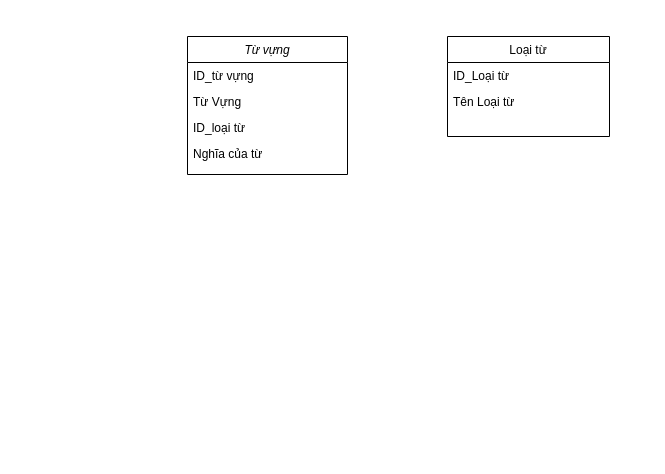
This is Untitled Diagram.drawio from lethanhdat12/project-make-a-translate-app-for-me, a draw.io file, before an edit. Source tidied: cells renumbered, new cells numbered last; positions are measured from the earlier drawing's top-left corner, leaving out a move shared by most shapes. Both pictures are drawn from the tidied source at 100%, with x=0, y=0 at pixel (187, 36).
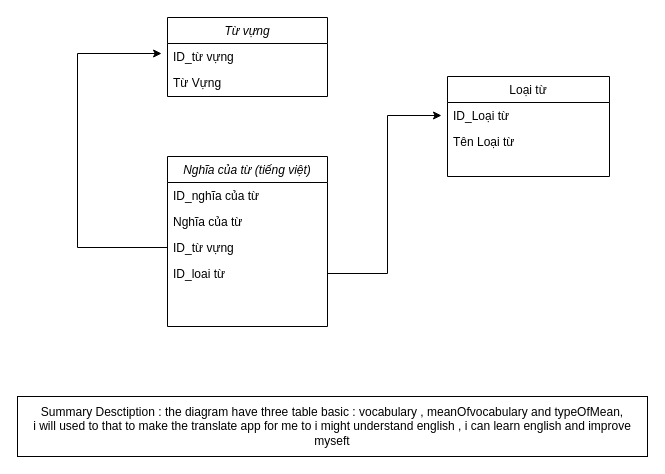
The same page after the edit.

Diff of the diagram source:
```diff
@@
 <mxGraphModel>
   <root>
     <mxCell id="0" />
     <mxCell id="1" parent="0" />
     <mxCell id="2" value="Từ vựng" style="swimlane;fontStyle=2;align=center;verticalAlign=top;horizontal=1;startSize=26;rounded=0;shadow=0;strokeWidth=1;" parent="1" vertex="1">
-      <mxGeometry width="160" height="138" as="geometry" />
+      <mxGeometry x="-20" y="-19" width="160" height="79" as="geometry" />
     </mxCell>
     <mxCell id="3" value="ID_từ vựng" style="text;align=left;verticalAlign=top;spacingLeft=4;spacingRight=4;overflow=hidden;points=[[0,0.5],[1,0.5]];portConstraint=eastwest;" parent="2" vertex="1">
       <mxGeometry y="26" width="160" height="26" as="geometry" />
     </mxCell>
     <mxCell id="4" value="Từ Vựng" style="text;align=left;verticalAlign=top;spacingLeft=4;spacingRight=4;overflow=hidden;rounded=0;shadow=0;html=0;" parent="2" vertex="1">
       <mxGeometry y="52" width="160" height="26" as="geometry" />
     </mxCell>
-    <mxCell id="5" value="ID_loại từ" style="text;align=left;verticalAlign=top;spacingLeft=4;spacingRight=4;overflow=hidden;rounded=0;shadow=0;html=0;" parent="2" vertex="1">
-      <mxGeometry y="78" width="160" height="26" as="geometry" />
-    </mxCell>
+    <mxCell id="10" value="Nghĩa của từ (tiếng việt)" style="swimlane;fontStyle=2;align=center;verticalAlign=top;horizontal=1;startSize=26;rounded=0;shadow=0;strokeWidth=1;" parent="1" vertex="1">
+      <mxGeometry x="-20" y="120" width="160" height="170" as="geometry" />
+    </mxCell>
+    <mxCell id="11" value="ID_nghĩa của từ" style="text;align=left;verticalAlign=top;spacingLeft=4;spacingRight=4;overflow=hidden;rounded=0;shadow=0;html=0;" parent="10" vertex="1">
+      <mxGeometry y="26" width="160" height="26" as="geometry" />
+    </mxCell>
-    <mxCell id="6" value="Nghĩa của từ" style="text;align=left;verticalAlign=top;spacingLeft=4;spacingRight=4;overflow=hidden;" parent="2" vertex="1">
-      <mxGeometry y="104" width="160" height="26" as="geometry" />
+    <mxCell id="6" value="Nghĩa của từ" style="text;align=left;verticalAlign=top;spacingLeft=4;spacingRight=4;overflow=hidden;rounded=0;shadow=0;html=0;" parent="10" vertex="1">
+      <mxGeometry y="52" width="160" height="26" as="geometry" />
     </mxCell>
+    <mxCell id="12" value="ID_từ vựng" style="text;align=left;verticalAlign=top;spacingLeft=4;spacingRight=4;overflow=hidden;points=[[0,0.5],[1,0.5]];portConstraint=eastwest;rounded=0;shadow=0;html=0;" parent="10" vertex="1">
+      <mxGeometry y="78" width="160" height="26" as="geometry" />
+    </mxCell>
+    <mxCell id="13" value="ID_loai từ" style="text;align=left;verticalAlign=top;spacingLeft=4;spacingRight=4;overflow=hidden;points=[[0,0.5],[1,0.5]];portConstraint=eastwest;rounded=0;shadow=0;html=0;" parent="10" vertex="1">
+      <mxGeometry y="104" width="160" height="26" as="geometry" />
+    </mxCell>
+    <mxCell id="14" style="edgeStyle=orthogonalEdgeStyle;rounded=0;jettySize=auto;html=1;exitX=0;exitY=0.5;exitDx=0;exitDy=0;entryX=-0.037;entryY=0.385;entryDx=0;entryDy=0;entryPerimeter=0;" parent="1" edge="1" source="12" target="3">
+      <mxGeometry relative="1" as="geometry">
+        <Array as="points">
+          <mxPoint x="-110" y="211" />
+          <mxPoint x="-110" y="17" />
+        </Array>
+      </mxGeometry>
+    </mxCell>
+    <mxCell id="15" style="edgeStyle=orthogonalEdgeStyle;rounded=0;jettySize=auto;html=1;exitX=1;exitY=0.5;exitDx=0;exitDy=0;entryX=-0.037;entryY=0.5;entryDx=0;entryDy=0;entryPerimeter=0;" parent="1" edge="1" source="13" target="8">
+      <mxGeometry relative="1" as="geometry" />
+    </mxCell>
     <mxCell id="7" value="Loại từ" style="swimlane;fontStyle=0;align=center;verticalAlign=top;horizontal=1;startSize=26;rounded=0;shadow=0;strokeWidth=1;" parent="1" vertex="1">
-      <mxGeometry x="260" width="162" height="100" as="geometry" />
+      <mxGeometry x="260" y="40" width="162" height="100" as="geometry" />
     </mxCell>
     <mxCell id="8" value="ID_Loại từ" style="text;align=left;verticalAlign=top;spacingLeft=4;spacingRight=4;overflow=hidden;points=[[0,0.5],[1,0.5]];portConstraint=eastwest;" parent="7" vertex="1">
       <mxGeometry y="26" width="162" height="26" as="geometry" />
     </mxCell>
     <mxCell id="9" value="Tên Loại từ" style="text;align=left;verticalAlign=top;spacingLeft=4;spacingRight=4;overflow=hidden;rounded=0;shadow=0;html=0;" parent="7" vertex="1">
       <mxGeometry y="52" width="162" height="26" as="geometry" />
     </mxCell>
+    <mxCell id="16" value="&lt;div&gt;Summary Desctiption : the diagram have three table basic : vocabulary , meanOfvocabulary and typeOfMean,&lt;/div&gt;&lt;div&gt;i will used to that to make the translate app for me to i might understand english , i can learn english and improve myseft&lt;br&gt;&lt;/div&gt;" style="whiteSpace=wrap;html=1;" parent="1" vertex="1">
+      <mxGeometry x="-170" y="360" width="630" height="60" as="geometry" />
+    </mxCell>
   </root>
 </mxGraphModel>
```
